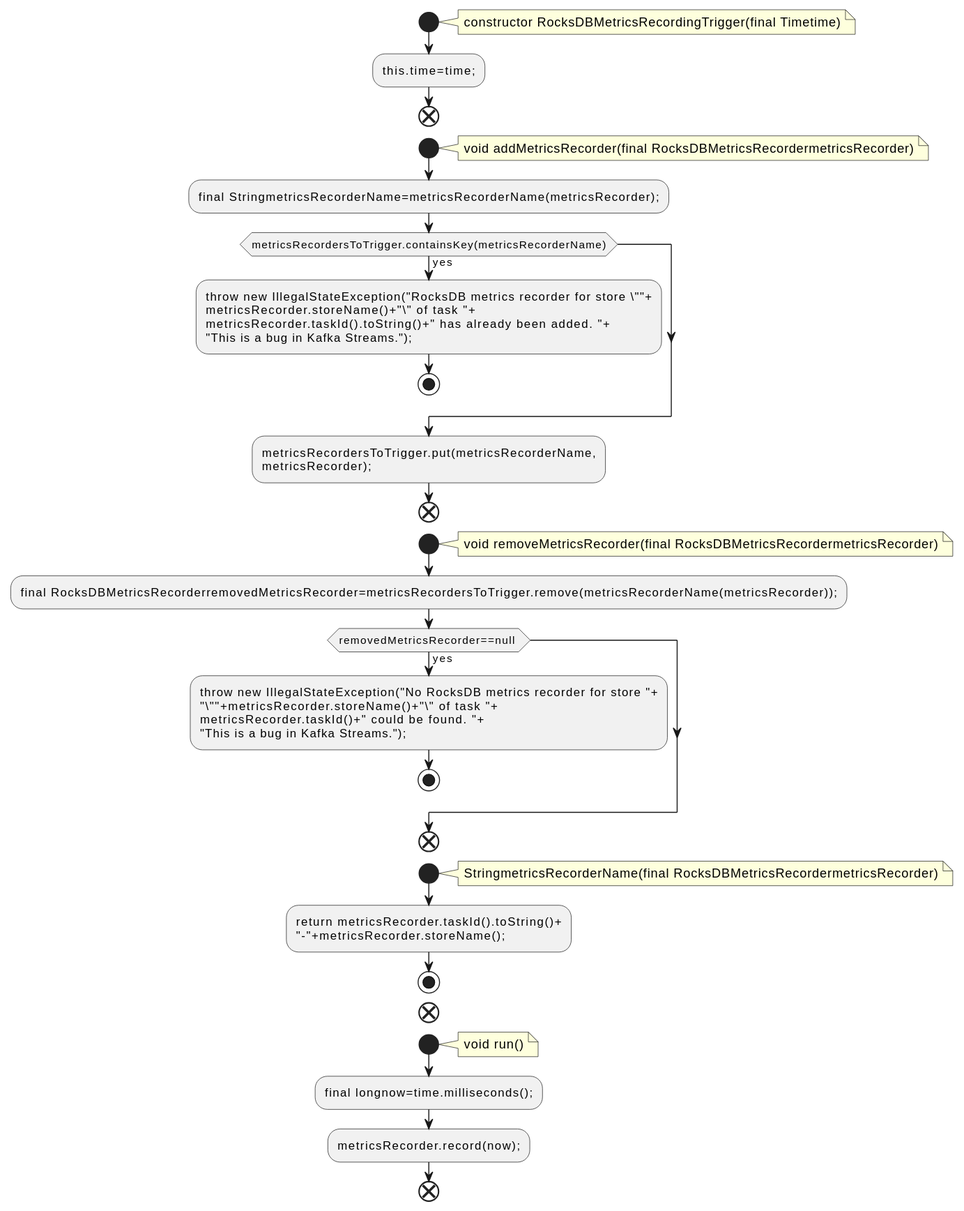
Before: docs/qc/streams/src/main/java/org/apache/kafka/streams/state/internals/metrics/RocksDBMetricsRecordingTrigger.java.fct.svg, a diagram exported from PlantUML (qualitesys/kafka).
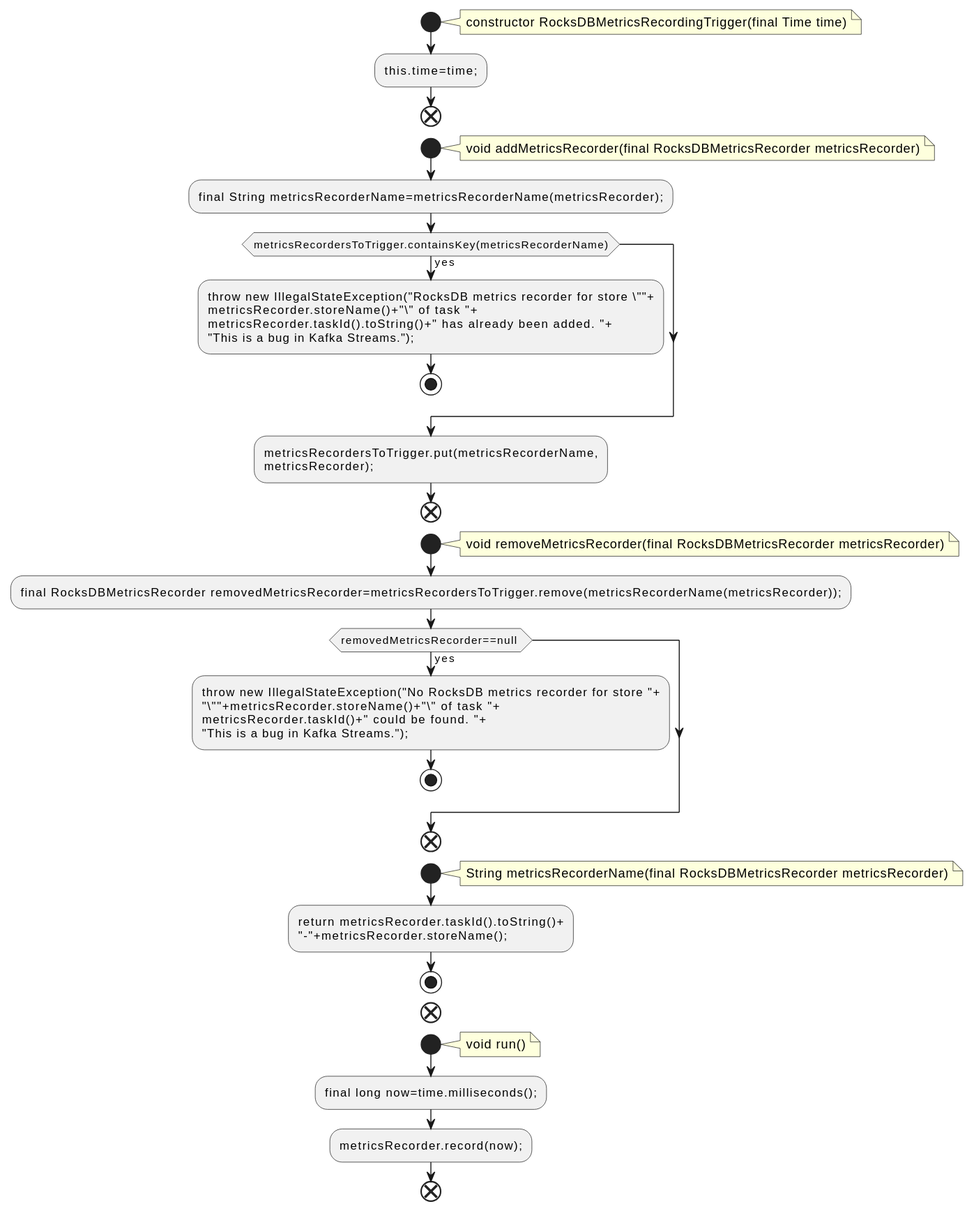
After the change.

Change to the diagram source:
```diff
@@ -2,15 +2,15 @@
 !pragma layout smetana
 start
 note right
-constructor RocksDBMetricsRecordingTrigger(final Timetime)
+constructor RocksDBMetricsRecordingTrigger(final Time time)
 end note
 :this.time=time;;
 end
 start
 note right
-void addMetricsRecorder(final RocksDBMetricsRecordermetricsRecorder)
+void addMetricsRecorder(final RocksDBMetricsRecorder metricsRecorder)
 end note
-:final StringmetricsRecorderName=metricsRecorderName(metricsRecorder);;
+:final String metricsRecorderName=metricsRecorderName(metricsRecorder);;
 if (metricsRecordersToTrigger.containsKey(metricsRecorderName)) then (yes)
 :throw new IllegalStateException("RocksDB metrics recorder for store \""+
 metricsRecorder.storeName()+"\" of task "+
@@ -23,9 +23,9 @@
 end
 start
 note right
-void removeMetricsRecorder(final RocksDBMetricsRecordermetricsRecorder)
+void removeMetricsRecorder(final RocksDBMetricsRecorder metricsRecorder)
 end note
-:final RocksDBMetricsRecorderremovedMetricsRecorder=metricsRecordersToTrigger.remove(metricsRecorderName(metricsRecorder));;
+:final RocksDBMetricsRecorder removedMetricsRecorder=metricsRecordersToTrigger.remove(metricsRecorderName(metricsRecorder));;
 if (removedMetricsRecorder==null ) then (yes)
 :throw new IllegalStateException("No RocksDB metrics recorder for store "+
 "\""+metricsRecorder.storeName()+"\" of task "+
@@ -36,7 +36,7 @@
 end
 start
 note right
-StringmetricsRecorderName(final RocksDBMetricsRecordermetricsRecorder)
+String metricsRecorderName(final RocksDBMetricsRecorder metricsRecorder)
 end note
 :return metricsRecorder.taskId().toString()+
 "-"+metricsRecorder.storeName();;
@@ -46,7 +46,7 @@
 note right
 void run()
 end note
-:final longnow=time.milliseconds();;
+:final long now=time.milliseconds();;
 :metricsRecorder.record(now);;
 end
 @enduml
```
